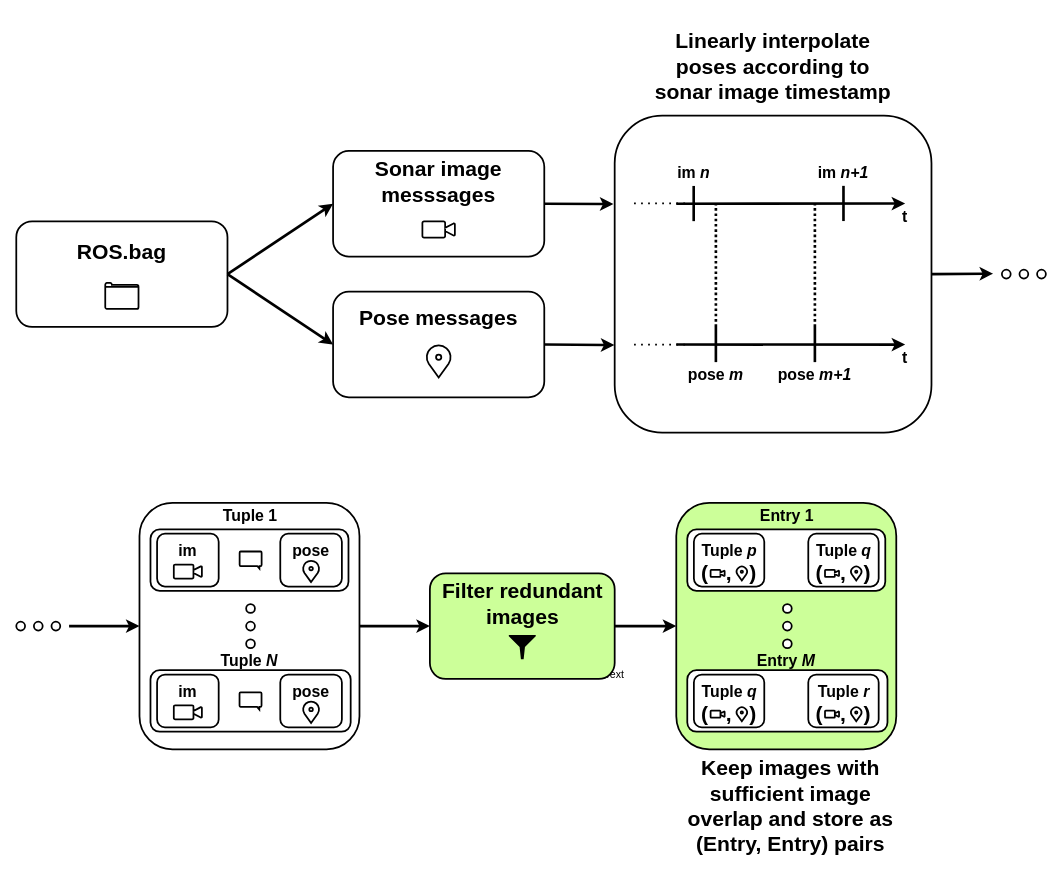
Above: imgs/Report/data_preprocessing.drawio in tstreule/SIPS (draw.io), before the change. Source tidied: cells renumbered, new cells numbered last; positions are measured from the earlier drawing's top-left corner, leaving out a move shared by most shapes. Both pictures are drawn from the tidied source at 88%, with x=0, y=0 at pixel (16, 54).
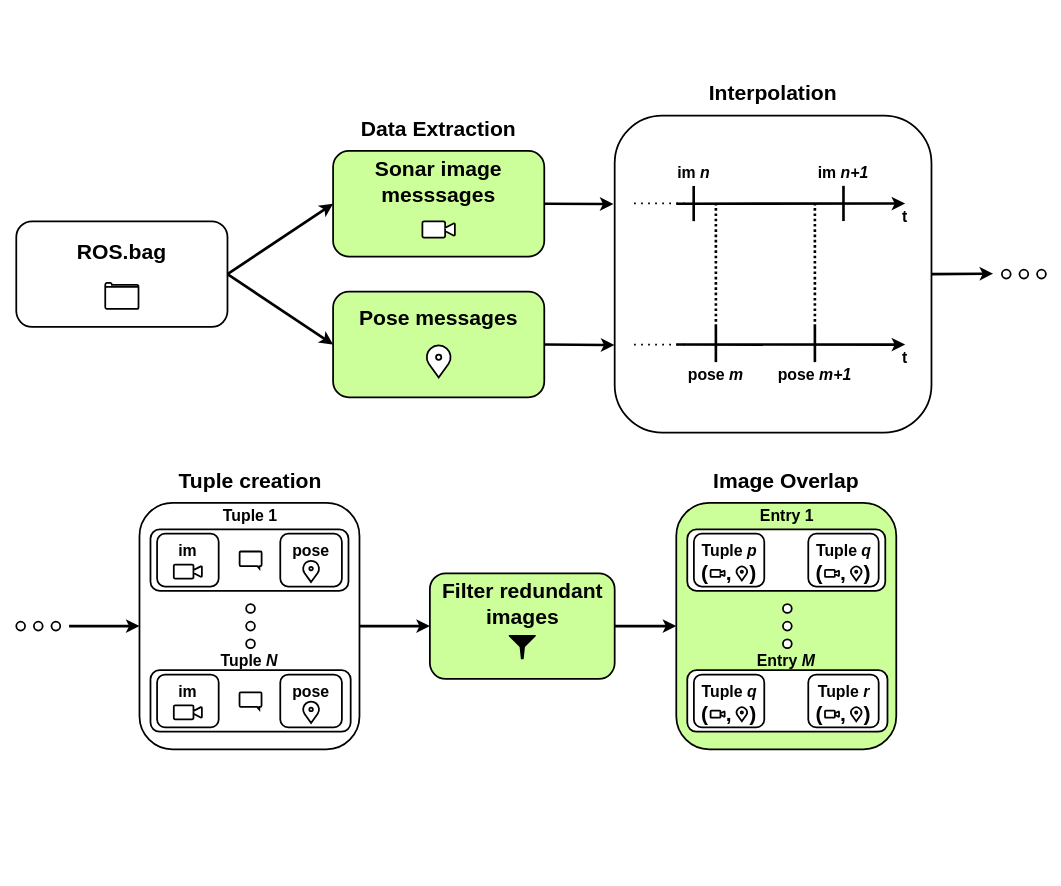
Above is the later version.

Commit message (it also covers changes not shown here):
include test data depiction

Unchanged cells that the change refers to:
```xml
<mxCell id="22" style="group;" parent="19" vertex="1">
  <mxGeometry width="360" height="430" as="geometry" />
</mxCell>
```

Change to the diagram source:
```diff
@@
     <mxCell id="7" style="group;" parent="1" vertex="1">
-      <mxGeometry x="360" y="70" width="240" height="120" as="geometry" />
+      <mxGeometry x="360" y="70" width="260" height="120" as="geometry" />
     </mxCell>
-    <mxCell id="8" style="group;" parent="7" vertex="1">
+    <mxCell id="8" style="group;fillColor=none;" parent="7" vertex="1">
       <mxGeometry y="40" width="240" height="120" as="geometry" />
     </mxCell>
-    <mxCell id="9" style="rounded=1;whiteSpace=wrap;html=1;fontFamily=Helvetica;fontSize=12;fontColor=default;fillColor=#FFFFFF;gradientColor=none;strokeColor=#000000;strokeWidth=2;" parent="8" vertex="1">
+    <mxCell id="9" style="rounded=1;whiteSpace=wrap;html=1;fontFamily=Helvetica;fontSize=12;fontColor=default;fillColor=#CCFF99;gradientColor=none;strokeColor=#000000;strokeWidth=2;" parent="8" vertex="1">
       <mxGeometry width="240" height="120" as="geometry" />
     </mxCell>
@@
+    <mxCell id="135" value="&lt;h1&gt;&lt;font color=&quot;#000000&quot;&gt;Data Extraction&lt;/font&gt;&lt;/h1&gt;" style="text;html=1;strokeColor=none;fillColor=none;align=center;verticalAlign=middle;whiteSpace=wrap;rounded=0;fontSize=12;fontFamily=Helvetica;fontColor=default;" parent="7" vertex="1">
+      <mxGeometry x="-20" width="280" height="30" as="geometry" />
+    </mxCell>
@@
-    <mxCell id="46" value="&lt;h1&gt;&lt;font color=&quot;#000000&quot;&gt;Linearly interpolate poses according to sonar image timestamp&lt;/font&gt;&lt;/h1&gt;" style="text;html=1;strokeColor=none;fillColor=none;align=center;verticalAlign=middle;whiteSpace=wrap;rounded=0;fontSize=12;fontFamily=Helvetica;fontColor=default;" parent="22" vertex="1">
-      <mxGeometry x="40" width="280" height="30" as="geometry" />
+    <mxCell id="46" value="&lt;h1&gt;&lt;font color=&quot;#000000&quot;&gt;Interpolation&lt;/font&gt;&lt;/h1&gt;" style="text;html=1;strokeColor=none;fillColor=none;align=center;verticalAlign=middle;whiteSpace=wrap;rounded=0;fontSize=12;fontFamily=Helvetica;fontColor=default;" parent="22" vertex="1">
+      <mxGeometry x="40" y="30" width="280" height="30" as="geometry" />
     </mxCell>
@@
-    <mxCell id="61" value="Text" style="text;html=1;strokeColor=none;fillColor=none;align=center;verticalAlign=middle;whiteSpace=wrap;rounded=0;fontSize=12;fontFamily=Helvetica;fontColor=default;" parent="1" vertex="1">
-      <mxGeometry x="650" y="690" width="60" height="30" as="geometry" />
-    </mxCell>
@@
+    <mxCell id="130" style="html=1;verticalLabelPosition=bottom;align=center;labelBackgroundColor=#ffffff;verticalAlign=top;strokeWidth=2;strokeColor=#000000;shadow=0;dashed=0;shape=mxgraph.ios7.icons.message;rounded=1;fontFamily=Helvetica;fontSize=12;fontColor=default;fillColor=#FFFFFF;" parent="1" vertex="1">
+      <mxGeometry x="253.8" y="565.2" width="25" height="19.5" as="geometry" />
+    </mxCell>
+    <mxCell id="131" style="group;" parent="1" vertex="1">
+      <mxGeometry x="360" y="270" width="240" height="120" as="geometry" />
+    </mxCell>
+    <mxCell id="132" style="rounded=1;whiteSpace=wrap;html=1;fontFamily=Helvetica;fontSize=12;fontColor=default;fillColor=#CCFF99;gradientColor=none;strokeColor=#000000;strokeWidth=2;" parent="131" vertex="1">
+      <mxGeometry width="240" height="120" as="geometry" />
+    </mxCell>
+    <mxCell id="133" value="&lt;h1&gt;&lt;font color=&quot;#000000&quot;&gt;Pose messages&lt;/font&gt;&lt;/h1&gt;" style="text;html=1;strokeColor=none;fillColor=none;align=center;verticalAlign=middle;whiteSpace=wrap;rounded=0;fontSize=12;fontFamily=Helvetica;fontColor=default;" parent="131" vertex="1">
+      <mxGeometry x="10" y="15" width="220" height="30" as="geometry" />
+    </mxCell>
+    <mxCell id="134" style="html=1;verticalLabelPosition=bottom;align=center;labelBackgroundColor=#ffffff;verticalAlign=top;strokeWidth=2;strokeColor=#000000;shadow=0;dashed=0;shape=mxgraph.ios7.icons.location;rounded=0;fontFamily=Helvetica;fontSize=12;fontColor=default;fillColor=#FFFFFF;gradientColor=none;" parent="131" vertex="1">
+      <mxGeometry x="105" y="60" width="30" height="37.5" as="geometry" />
+    </mxCell>
+    <mxCell id="136" style="group;" parent="1" vertex="1">
+      <mxGeometry x="735" y="470" width="280" height="320" as="geometry" />
+    </mxCell>
-    <mxCell id="88" style="group;rounded=1;fillColor=#CCFF99;" parent="1" vertex="1">
-      <mxGeometry x="750" y="510" width="250" height="280" as="geometry" />
+    <mxCell id="88" style="group;rounded=1;fillColor=#CCFF99;" parent="136" vertex="1">
+      <mxGeometry x="15" y="40" width="250" height="280" as="geometry" />
     </mxCell>
@@
-    <mxCell id="129" value="&lt;h1&gt;&lt;font color=&quot;#000000&quot;&gt;Keep images with sufficient image overlap and store as (Entry, Entry) pairs&lt;/font&gt;&lt;/h1&gt;" style="text;html=1;strokeColor=none;fillColor=none;align=center;verticalAlign=middle;whiteSpace=wrap;rounded=0;fontSize=12;fontFamily=Helvetica;fontColor=default;" parent="1" vertex="1">
-      <mxGeometry x="750" y="840" width="260" height="30" as="geometry" />
-    </mxCell>
-    <mxCell id="130" style="html=1;verticalLabelPosition=bottom;align=center;labelBackgroundColor=#ffffff;verticalAlign=top;strokeWidth=2;strokeColor=#000000;shadow=0;dashed=0;shape=mxgraph.ios7.icons.message;rounded=1;fontFamily=Helvetica;fontSize=12;fontColor=default;fillColor=#FFFFFF;" parent="1" vertex="1">
-      <mxGeometry x="253.8" y="565.2" width="25" height="19.5" as="geometry" />
-    </mxCell>
-    <mxCell id="131" style="group;" parent="1" vertex="1">
-      <mxGeometry x="360" y="270" width="240" height="120" as="geometry" />
-    </mxCell>
-    <mxCell id="132" style="rounded=1;whiteSpace=wrap;html=1;fontFamily=Helvetica;fontSize=12;fontColor=default;fillColor=#FFFFFF;gradientColor=none;strokeColor=#000000;strokeWidth=2;" parent="131" vertex="1">
-      <mxGeometry width="240" height="120" as="geometry" />
-    </mxCell>
-    <mxCell id="133" value="&lt;h1&gt;&lt;font color=&quot;#000000&quot;&gt;Pose messages&lt;/font&gt;&lt;/h1&gt;" style="text;html=1;strokeColor=none;fillColor=none;align=center;verticalAlign=middle;whiteSpace=wrap;rounded=0;fontSize=12;fontFamily=Helvetica;fontColor=default;" parent="131" vertex="1">
-      <mxGeometry x="10" y="15" width="220" height="30" as="geometry" />
-    </mxCell>
-    <mxCell id="134" style="html=1;verticalLabelPosition=bottom;align=center;labelBackgroundColor=#ffffff;verticalAlign=top;strokeWidth=2;strokeColor=#000000;shadow=0;dashed=0;shape=mxgraph.ios7.icons.location;rounded=0;fontFamily=Helvetica;fontSize=12;fontColor=default;fillColor=none;gradientColor=none;" parent="131" vertex="1">
-      <mxGeometry x="105" y="60" width="30" height="37.5" as="geometry" />
-    </mxCell>
+    <mxCell id="137" value="&lt;h1&gt;&lt;font color=&quot;#000000&quot;&gt;Image Overlap&lt;/font&gt;&lt;/h1&gt;" style="text;html=1;strokeColor=none;fillColor=none;align=center;verticalAlign=middle;whiteSpace=wrap;rounded=0;fontSize=12;fontFamily=Helvetica;fontColor=default;" parent="136" vertex="1">
+      <mxGeometry width="280" height="30" as="geometry" />
+    </mxCell>
+    <mxCell id="138" value="&lt;h1&gt;&lt;font color=&quot;#000000&quot;&gt;Tuple creation&lt;/font&gt;&lt;/h1&gt;" style="text;html=1;strokeColor=none;fillColor=none;align=center;verticalAlign=middle;whiteSpace=wrap;rounded=0;fontSize=12;fontFamily=Helvetica;fontColor=default;" parent="1" vertex="1">
+      <mxGeometry x="126.2" y="470" width="280" height="30" as="geometry" />
+    </mxCell>
```
